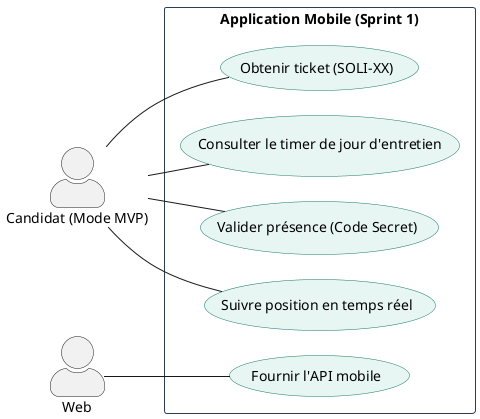
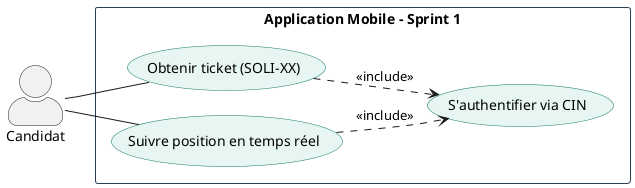
@startuml SoliQueue_Mobile_Sprint1
left to right direction
skinparam actorStyle awesome

skinparam backgroundColor white
skinparam packageStyle rectangle
skinparam shadowing false

skinparam package {
    BackgroundColor White
    BorderColor #2C3E50
}

skinparam usecase {
    BackgroundColor #E8F6F3
    BorderColor #117864
}

skinparam nodesep 25
skinparam ranksep 25

- ' Acteurs
- actor "Candidat (Mode MVP)" as C
- actor "Web" as W
+ actor "Candidat" as C

- package "Application Mobile (Sprint 1)" {
- 
-     ' Actions indispensables du MVP
-     usecase "Obtenir ticket (SOLI-XX)" as UC1
-     usecase "Consulter le timer de jour d'entretien" as UC2
-     usecase "Valider présence (Code Secret)" as UC3
-     usecase "Suivre position en temps réel" as UC4
- 
-     ' API
-     usecase "Fournir l'API mobile" as UC5
+ package "Application Mobile - Sprint 1" {
+     usecase "S'authentifier via CIN" as UC1
+     usecase "Obtenir ticket (SOLI-XX)" as UC2
+     usecase "Suivre position en temps réel" as UC3
}

- ' Relations directes pour le Sprint 1 (Sans authentification)
- C -- UC1
C -- UC2
C -- UC3
- C -- UC4

- ' Relation Web
- W -- UC5
+ UC2 ..> UC1 : <<include>>
+ UC3 ..> UC1 : <<include>>

- @enduml+ @enduml
